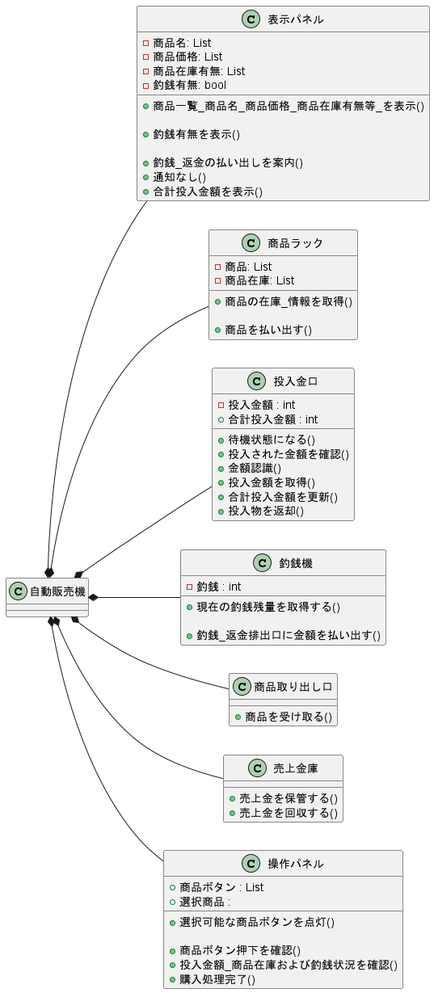
Above: システム構成図/自動販売機_システム構成図.png in masaki-kato-119/VendingMachine (PlantUML), before the change.
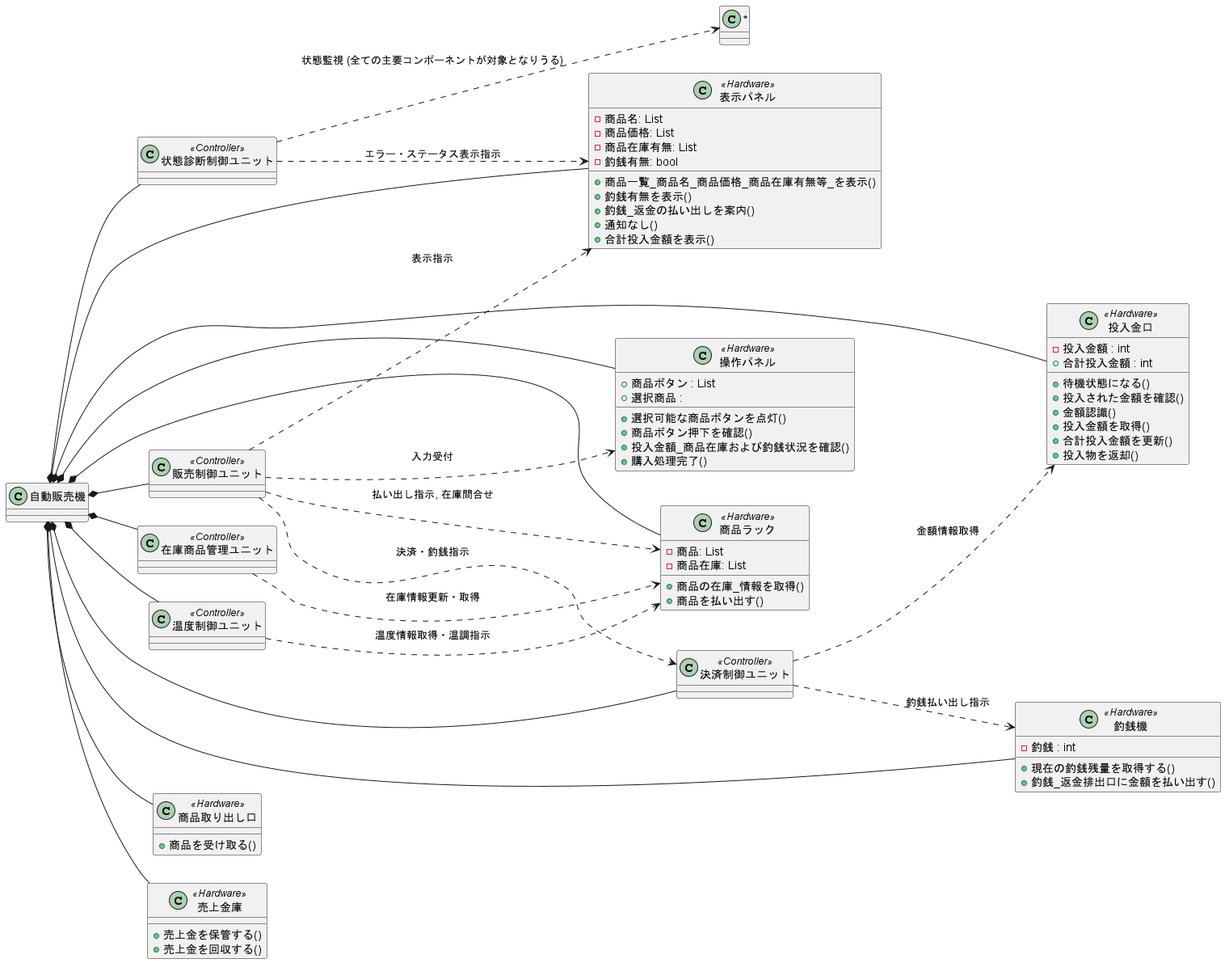
Later version of the same file.

Diff of the diagram source:
```diff
@@ -5,63 +5,73 @@
 class 自動販売機 {
 }
 
-class 表示パネル {
-    -商品名: List
-    -商品価格: List
-    -商品在庫有無: List
-    -釣銭有無: bool
-    +商品一覧_商品名_商品価格_商品在庫有無等_を表示()
-
-    +釣銭有無を表示()
-
-    +釣銭_返金の払い出しを案内()
-    +通知なし()
-    +合計投入金額を表示()
+class 表示パネル <<Hardware>> {
+  -商品名: List
+  -商品価格: List
+  -商品在庫有無: List
+  -釣銭有無: bool
+  +商品一覧_商品名_商品価格_商品在庫有無等_を表示()
+  +釣銭有無を表示()
+  +釣銭_返金の払い出しを案内()
+  +通知なし()
+  +合計投入金額を表示()
 }
 
-class 商品ラック {
-    -商品: List
-    -商品在庫: List
-    +商品の在庫_情報を取得()
-
-    +商品を払い出す()
+class 商品ラック <<Hardware>> {
+  -商品: List
+  -商品在庫: List
+  +商品の在庫_情報を取得()
+  +商品を払い出す()
 }
 
-class 投入金口 {
-    -投入金額 : int
-    +合計投入金額 : int
-    +待機状態になる()
-    +投入された金額を確認()
-    +金額認識()
-    +投入金額を取得()
-    +合計投入金額を更新()
-    +投入物を返却()
+class 投入金口 <<Hardware>> {
+  -投入金額 : int
+  +合計投入金額 : int
+  +待機状態になる()
+  +投入された金額を確認()
+  +金額認識()
+  +投入金額を取得()
+  +合計投入金額を更新()
+  +投入物を返却()
 }
 
-class 釣銭機 {
-    -釣銭 : int
-    +現在の釣銭残量を取得する()
-
-    +釣銭_返金排出口に金額を払い出す()
+class 釣銭機 <<Hardware>> {
+  -釣銭 : int
+  +現在の釣銭残量を取得する()
+  +釣銭_返金排出口に金額を払い出す()
 }
 
-class 商品取り出し口 {
-    +商品を受け取る()
+class 商品取り出し口 <<Hardware>> {
+  +商品を受け取る()
 }
 
-class 売上金庫 {
-    +売上金を保管する()
-    +売上金を回収する()
+class 売上金庫 <<Hardware>> {
+  +売上金を保管する()
+  +売上金を回収する()
 }
 
-class 操作パネル {
-    +商品ボタン : List
-    +選択商品 :
-    +選択可能な商品ボタンを点灯()
+class 操作パネル <<Hardware>> {
+  +商品ボタン : List
+  +選択商品 :
+  +選択可能な商品ボタンを点灯()
+  +商品ボタン押下を確認()
+  +投入金額_商品在庫および釣銭状況を確認()
+  +購入処理完了()
+}
 
-    +商品ボタン押下を確認()
-    +投入金額_商品在庫および釣銭状況を確認()
-    +購入処理完了()
+class 販売制御ユニット <<Controller>> {
+}
+
+class 決済制御ユニット <<Controller>> {
+}
+
+class 在庫商品管理ユニット <<Controller>> {
+}
+
+class 状態診断制御ユニット <<Controller>> {
+}
+
+class 温度制御ユニット <<Controller>> {
 }
 
 自動販売機 *-- 表示パネル
@@ -72,4 +82,25 @@
 自動販売機 *-- 売上金庫
 自動販売機 *-- 操作パネル
 
+自動販売機 *-- 販売制御ユニット
+自動販売機 *-- 決済制御ユニット
+自動販売機 *-- 在庫商品管理ユニット
+自動販売機 *-- 状態診断制御ユニット
+自動販売機 *-- 温度制御ユニット
+
+販売制御ユニット ..> 表示パネル : 表示指示
+販売制御ユニット ..> 操作パネル : 入力受付
+販売制御ユニット ..> 商品ラック : 払い出し指示, 在庫問合せ
+販売制御ユニット ..> 決済制御ユニット : 決済・釣銭指示
+
+決済制御ユニット ..> 投入金口 : 金額情報取得
+決済制御ユニット ..> 釣銭機 : 釣銭払い出し指示
+
+在庫商品管理ユニット ..> 商品ラック : 在庫情報更新・取得
+
+状態診断制御ユニット ..> "*" : 状態監視 (全ての主要コンポーネントが対象となりうる)
+状態診断制御ユニット ..> 表示パネル : エラー・ステータス表示指示
+
+温度制御ユニット ..> 商品ラック : 温度情報取得・温調指示
+
 @enduml
```
